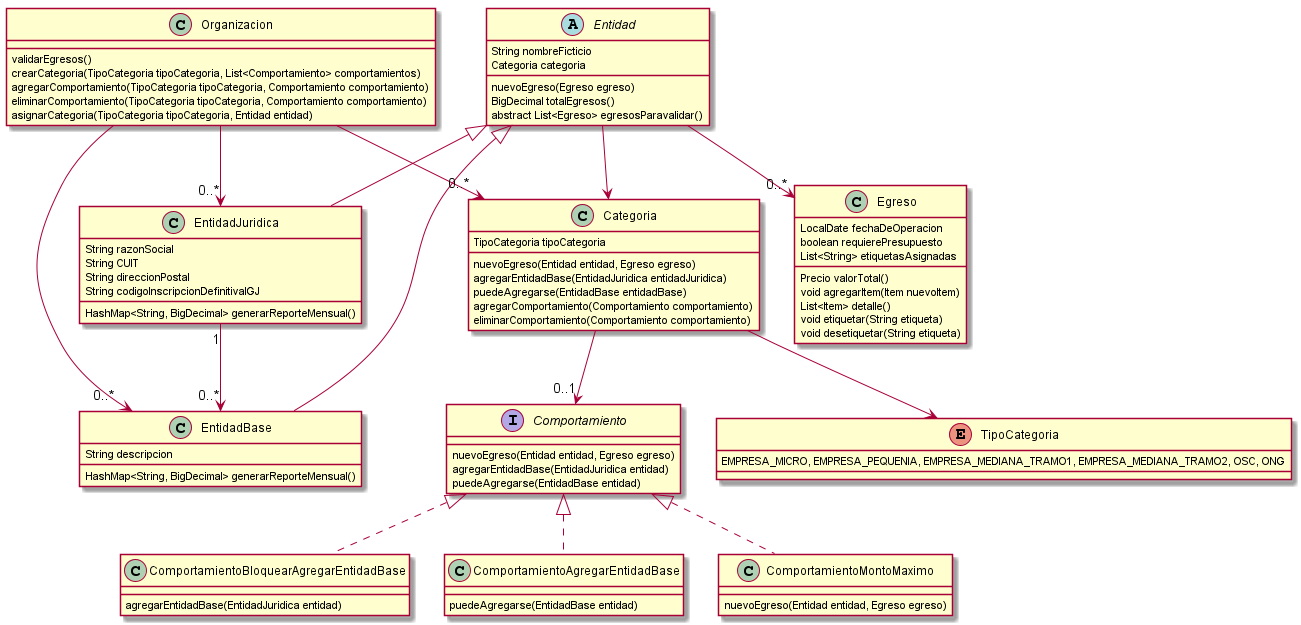
This is tp-anual/documentación/Entrega 3/GeSoc_E3_Simplificado.png from SebaAmt/GeSoc-TP-DDS-2020-Java-HTML-CSS-Hibernate-, a PlantUML export, as it was before one commit.
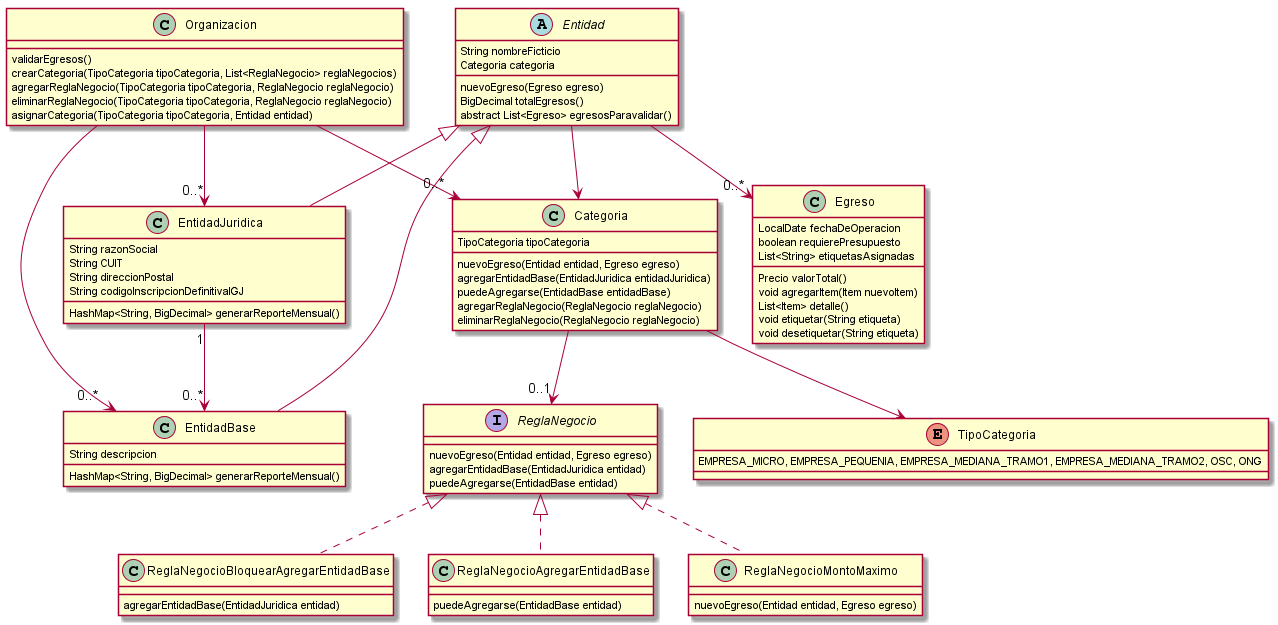
Later version of the same file.

Change to the diagram source:
```diff
@@ -2,9 +2,9 @@
 
 class Organizacion {
   validarEgresos()
-  crearCategoria(TipoCategoria tipoCategoria, List<Comportamiento> comportamientos)
-  agregarComportamiento(TipoCategoria tipoCategoria, Comportamiento comportamiento)
-  eliminarComportamiento(TipoCategoria tipoCategoria, Comportamiento comportamiento)
+  crearCategoria(TipoCategoria tipoCategoria, List<ReglaNegocio> reglaNegocios)
+  agregarReglaNegocio(TipoCategoria tipoCategoria, ReglaNegocio reglaNegocio)
+  eliminarReglaNegocio(TipoCategoria tipoCategoria, ReglaNegocio reglaNegocio)
   asignarCategoria(TipoCategoria tipoCategoria, Entidad entidad)
 }
 
@@ -38,8 +38,8 @@
   nuevoEgreso(Entidad entidad, Egreso egreso)
   agregarEntidadBase(EntidadJuridica entidadJuridica)
   puedeAgregarse(EntidadBase entidadBase)
-  agregarComportamiento(Comportamiento comportamiento)
-  eliminarComportamiento(Comportamiento comportamiento)
+  agregarReglaNegocio(ReglaNegocio reglaNegocio)
+  eliminarReglaNegocio(ReglaNegocio reglaNegocio)
 }
 
 
@@ -47,21 +47,21 @@
   EMPRESA_MICRO, EMPRESA_PEQUENIA, EMPRESA_MEDIANA_TRAMO1, EMPRESA_MEDIANA_TRAMO2, OSC, ONG
 }
 
-interface Comportamiento {
+interface ReglaNegocio {
     nuevoEgreso(Entidad entidad, Egreso egreso)
     agregarEntidadBase(EntidadJuridica entidad)
     puedeAgregarse(EntidadBase entidad)
 }
 
-class ComportamientoBloquearAgregarEntidadBase implements Comportamiento {
+class ReglaNegocioBloquearAgregarEntidadBase implements ReglaNegocio {
    agregarEntidadBase(EntidadJuridica entidad)
 }
 
-class ComportamientoAgregarEntidadBase implements Comportamiento {
+class ReglaNegocioAgregarEntidadBase implements ReglaNegocio {
   puedeAgregarse(EntidadBase entidad)
 }
 
-class ComportamientoMontoMaximo implements Comportamiento {
+class ReglaNegocioMontoMaximo implements ReglaNegocio {
   nuevoEgreso(Entidad entidad, Egreso egreso)
 }
 
@@ -85,7 +85,7 @@
 
 Entidad -->"0..*" Egreso
 Entidad --> Categoria
-Categoria -->"0..1" Comportamiento
+Categoria -->"0..1" ReglaNegocio
 Categoria --> TipoCategoria
 
 EntidadJuridica "1"-->"0..*" EntidadBase
```
